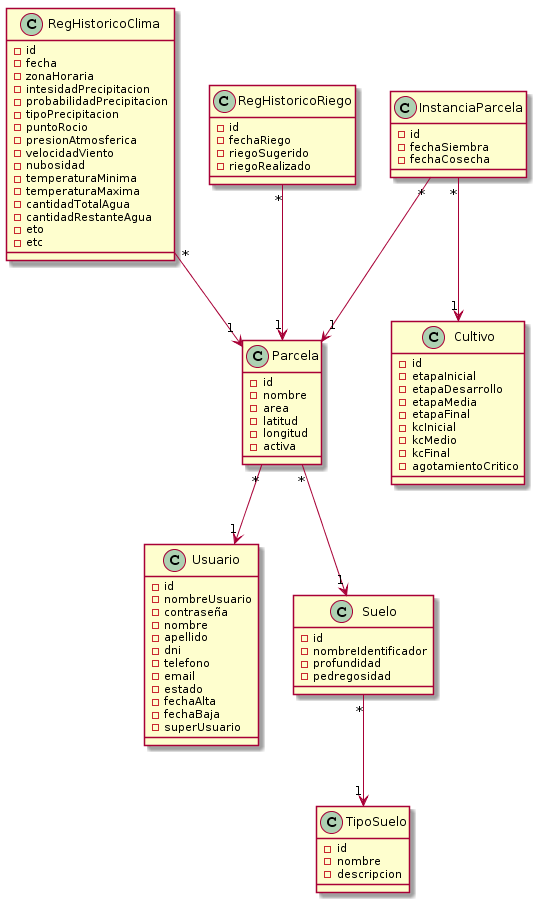
Above: Modelo de dominio/MDominio: Sistema de riego.png in FacuDeveloper/Sistema-de-riego (PlantUML), before the change.
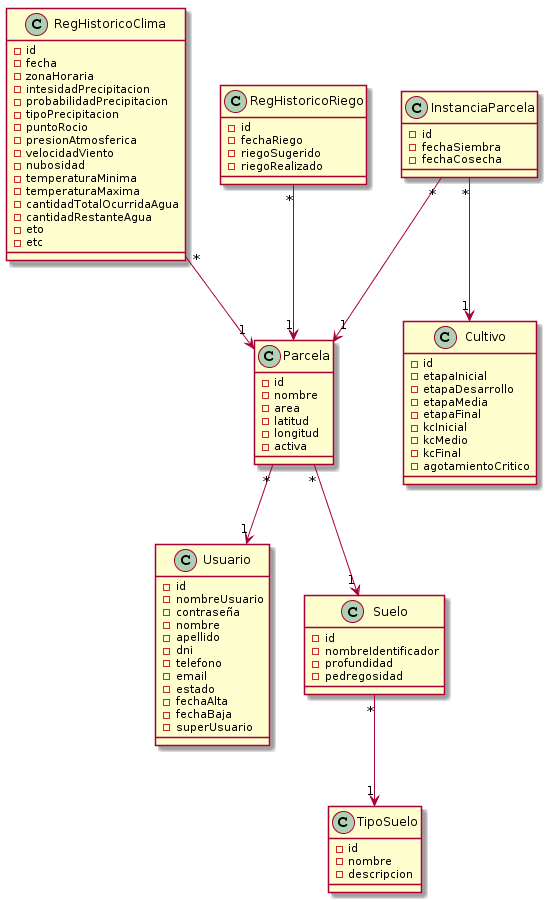
After the commit.

Commit message:
Modelo de dominio, modificado

Change to the diagram source:
```diff
@@ -54,7 +54,7 @@
 -nubosidad
 -temperaturaMinima
 -temperaturaMaxima
--cantidadTotalAgua
+-cantidadTotalOcurridaAgua
 -cantidadRestanteAgua
 -eto
 -etc
```
